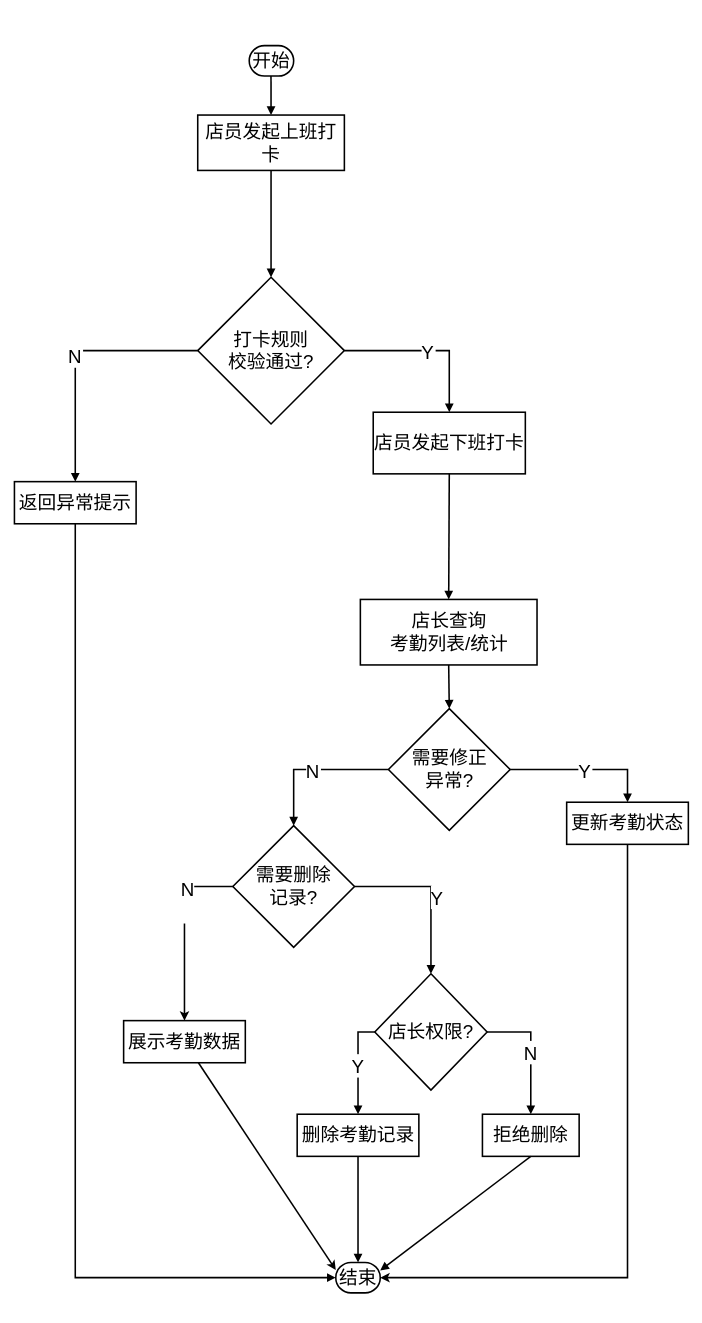
LichCarlos/darwIo keeps this draw.io diagram as 考勤信息管理功能流程图.drawio. Above is the earlier version. Source tidied: cells renumbered, new cells numbered last; positions are measured from the earlier drawing's top-left corner, leaving out a move shared by most shapes. Both pictures are drawn from the tidied source at 78%, with x=0, y=0 at pixel (14, -133).
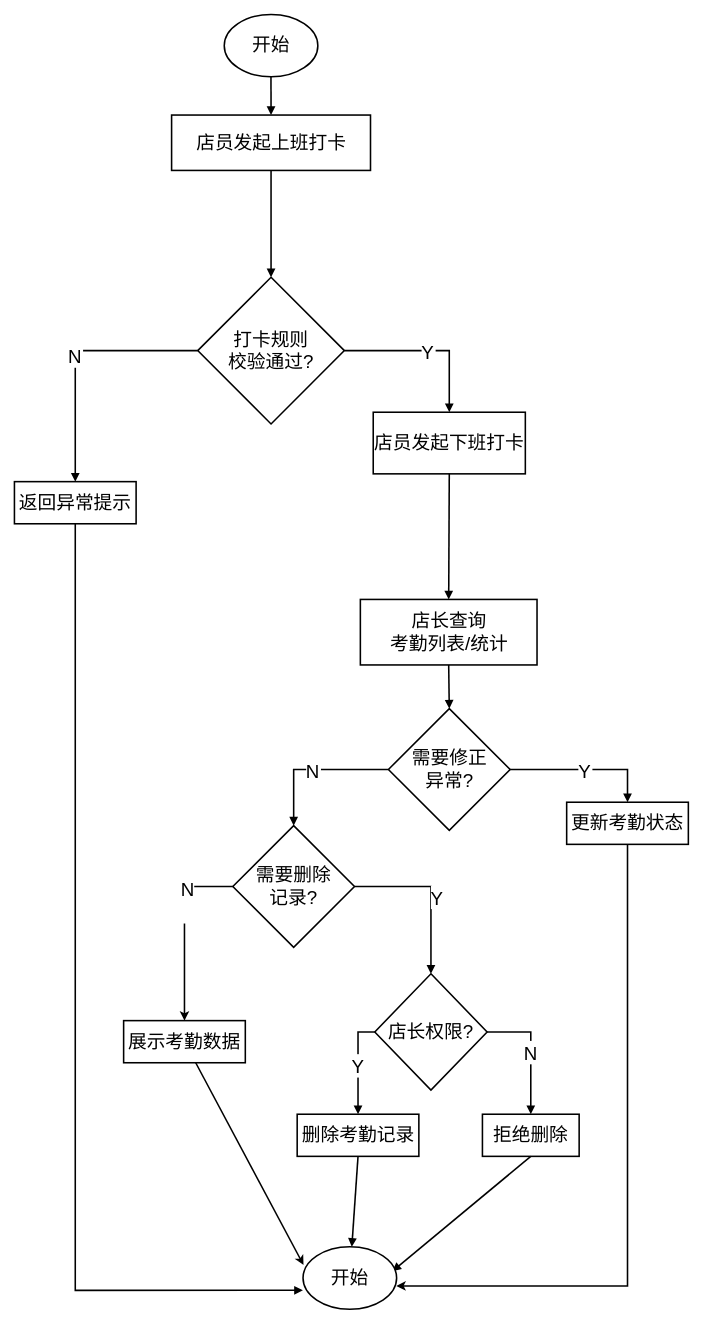
Above is the later version.

Commit message:
更新考勤信息管理功能流程图.drawio

Unchanged cells that the change refers to:
```xml
<mxCell id="8" value="返回异常提示" style="whiteSpace=wrap;strokeWidth=2;fontSize=24;" parent="1" vertex="1">
  <mxGeometry y="787" width="156" height="54" as="geometry" />
</mxCell>
<mxCell id="13" value="更新考勤状态" style="whiteSpace=wrap;strokeWidth=2;fontSize=24;" parent="1" vertex="1">
  <mxGeometry x="708" y="1198" width="156" height="54" as="geometry" />
</mxCell>
<mxCell id="17" value="删除考勤记录" style="whiteSpace=wrap;strokeWidth=2;fontSize=24;" parent="1" vertex="1">
  <mxGeometry x="362.5" y="1598" width="156" height="54" as="geometry" />
</mxCell>
<mxCell id="18" value="拒绝删除" style="whiteSpace=wrap;strokeWidth=2;fontSize=24;" parent="1" vertex="1">
  <mxGeometry x="600" y="1598" width="124" height="54" as="geometry" />
</mxCell>
<mxCell id="34" value="展示考勤数据" style="whiteSpace=wrap;strokeWidth=2;fontSize=24;" parent="1" vertex="1">
  <mxGeometry x="140" y="1478" width="156" height="54" as="geometry" />
</mxCell>
```

Change to the diagram source:
```diff
@@
-    <mxCell id="5" value="开始" style="rounded=1;whiteSpace=wrap;arcSize=50;strokeWidth=2;fontSize=24;" parent="1" vertex="1">
-      <mxGeometry x="301" y="228" width="57" height="39" as="geometry" />
-    </mxCell>
     <mxCell id="6" value="店员发起上班打卡" style="whiteSpace=wrap;strokeWidth=2;fontSize=24;" parent="1" vertex="1">
-      <mxGeometry x="235" y="317" width="188" height="71" as="geometry" />
+      <mxGeometry x="201.5" y="317" width="255" height="71" as="geometry" />
     </mxCell>
@@
-    <mxCell id="12" style="edgeStyle=orthogonalEdgeStyle;rounded=0;jettySize=auto;html=1;strokeWidth=2;entryX=1;entryY=0.5;entryDx=0;entryDy=0;exitX=0.5;exitY=1;exitDx=0;exitDy=0;" parent="1" edge="1" source="13" target="15">
+    <mxCell id="12" style="edgeStyle=orthogonalEdgeStyle;rounded=0;jettySize=auto;html=1;strokeWidth=2;entryX=0.996;entryY=0.627;entryDx=0;entryDy=0;exitX=0.5;exitY=1;exitDx=0;exitDy=0;entryPerimeter=0;" parent="1" edge="1" source="13" target="39">
       <mxGeometry relative="1" as="geometry" />
     </mxCell>
@@
-    <mxCell id="15" value="结束" style="rounded=1;whiteSpace=wrap;arcSize=50;strokeWidth=2;fontSize=24;" parent="1" vertex="1">
-      <mxGeometry x="412" y="1788" width="57" height="39" as="geometry" />
-    </mxCell>
@@
-    <mxCell id="19" style="curved=1;startArrow=none;endArrow=block;strokeWidth=2;exitX=0.49;exitY=1;entryX=0.5;entryY=0;rounded=0;fontSize=24;" parent="1" edge="1" source="5" target="6">
-      <mxGeometry relative="1" as="geometry" />
+    <mxCell id="19" style="curved=1;startArrow=none;endArrow=block;strokeWidth=2;exitX=0.49;exitY=1;entryX=0.5;entryY=0;rounded=0;fontSize=24;" parent="1" edge="1" target="6">
+      <mxGeometry relative="1" as="geometry">
+        <mxPoint x="328.9" y="267" as="sourcePoint" />
+      </mxGeometry>
     </mxCell>
@@
-    <mxCell id="22" style="startArrow=none;endArrow=block;strokeWidth=2;exitX=0.5;exitY=1;entryX=0;entryY=0.5;rounded=0;fontSize=24;entryDx=0;entryDy=0;edgeStyle=orthogonalEdgeStyle;" parent="1" edge="1" source="8" target="15">
+    <mxCell id="22" style="startArrow=none;endArrow=block;strokeWidth=2;exitX=0.5;exitY=1;entryX=-0.001;entryY=0.697;rounded=0;fontSize=24;entryDx=0;entryDy=0;edgeStyle=orthogonalEdgeStyle;entryPerimeter=0;" parent="1" edge="1" source="8" target="39">
       <mxGeometry relative="1" as="geometry" />
     </mxCell>
@@
-    <mxCell id="31" style="startArrow=none;endArrow=block;strokeWidth=2;exitX=0.5;exitY=0.99;entryX=0.5;entryY=0;rounded=0;fontSize=24;entryDx=0;entryDy=0;" parent="1" edge="1" source="17" target="15">
+    <mxCell id="31" style="startArrow=none;endArrow=block;strokeWidth=2;exitX=0.5;exitY=0.99;rounded=0;fontSize=24;" parent="1" edge="1" source="17" target="39">
       <mxGeometry relative="1" as="geometry" />
     </mxCell>
-    <mxCell id="32" style="startArrow=none;endArrow=block;strokeWidth=2;exitX=0.5;exitY=0.99;entryX=0.99;entryY=0.27;rounded=0;fontSize=24;" parent="1" edge="1" source="18" target="15">
+    <mxCell id="32" style="startArrow=none;endArrow=block;strokeWidth=2;exitX=0.5;exitY=0.99;entryX=0.955;entryY=0.392;rounded=0;fontSize=24;entryDx=0;entryDy=0;entryPerimeter=0;" parent="1" edge="1" source="18" target="39">
       <mxGeometry relative="1" as="geometry" />
     </mxCell>
-    <mxCell id="33" style="rounded=0;jettySize=auto;html=1;strokeWidth=2;entryX=0;entryY=0.25;entryDx=0;entryDy=0;" parent="1" edge="1" source="34" target="15">
+    <mxCell id="33" style="rounded=0;jettySize=auto;html=1;strokeWidth=2;entryX=0.005;entryY=0.29;entryDx=0;entryDy=0;entryPerimeter=0;" parent="1" edge="1" source="34" target="39">
       <mxGeometry relative="1" as="geometry" />
     </mxCell>
@@
+    <mxCell id="38" value="开始" style="ellipse;whiteSpace=wrap;html=1;fontSize=24;strokeWidth=2;" parent="1" vertex="1">
+      <mxGeometry x="269" y="188" width="120" height="80" as="geometry" />
+    </mxCell>
+    <mxCell id="39" value="开始" style="ellipse;whiteSpace=wrap;html=1;fontSize=24;strokeWidth=2;" parent="1" vertex="1">
+      <mxGeometry x="370" y="1768" width="120" height="80" as="geometry" />
+    </mxCell>
```
